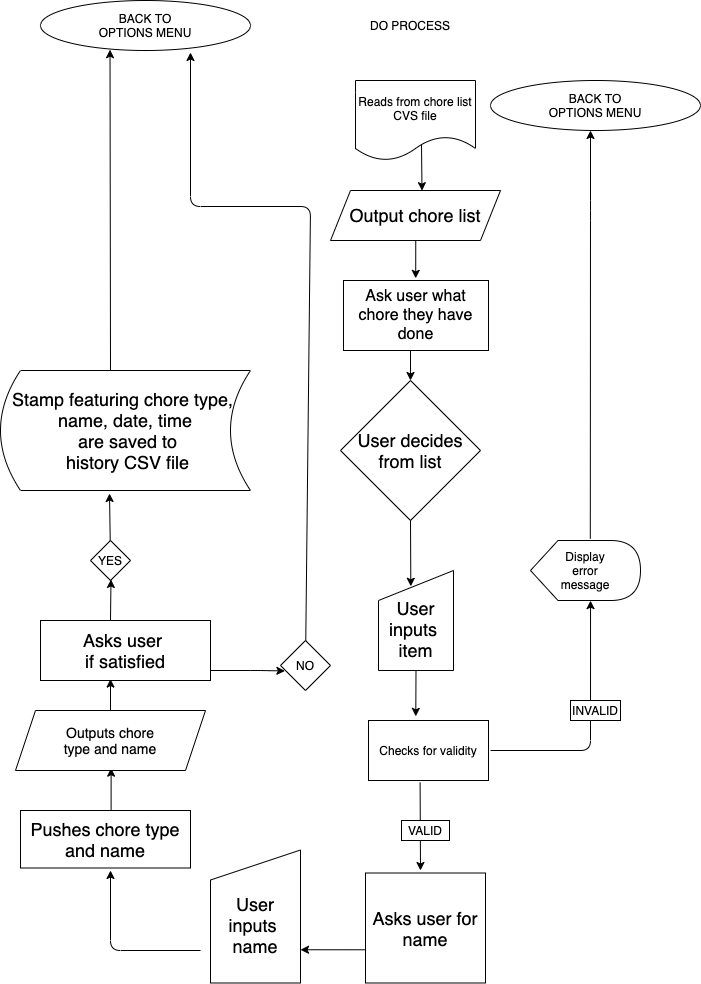
Earlier version of the draw.io export docs/do_process.png (kingjbradz/JordanBradley_T1A3). Source tidied: cells renumbered, new cells last; positions are measured from the earlier drawing's top-left corner, leaving out a move shared by most shapes. Its diagram source:
```xml
<mxGraphModel>
  <root>
    <mxCell id="0" />
    <mxCell id="1" parent="0" />
    <mxCell id="2" value="DO PROCESS" style="text;html=1;strokeColor=none;fillColor=none;align=center;verticalAlign=middle;whiteSpace=wrap;rounded=0;" parent="1" vertex="1">
      <mxGeometry x="340" y="10" width="140" height="30" as="geometry" />
    </mxCell>
    <mxCell id="3" value="BACK TO&lt;br&gt;OPTIONS MENU" style="ellipse;whiteSpace=wrap;html=1;" parent="1" vertex="1">
      <mxGeometry x="40" width="210" height="50" as="geometry" />
    </mxCell>
    <mxCell id="4" value="&lt;font style=&quot;font-size: 18px&quot;&gt;User decides&lt;br&gt;from list&lt;/font&gt;" style="rhombus;whiteSpace=wrap;html=1;fontSize=8;" parent="1" vertex="1">
      <mxGeometry x="340" y="380" width="140" height="140" as="geometry" />
    </mxCell>
    <mxCell id="5" value="&lt;font style=&quot;font-size: 18px&quot;&gt;Asks user for name&lt;/font&gt;" style="rounded=0;whiteSpace=wrap;html=1;fontSize=8;" parent="1" vertex="1">
      <mxGeometry x="365" y="872.5" width="120" height="110" as="geometry" />
    </mxCell>
    <mxCell id="6" value="&lt;br&gt;&lt;br&gt;&lt;font style=&quot;font-size: 18px&quot;&gt;User inputs&amp;nbsp;&lt;br&gt;name&lt;/font&gt;" style="shape=manualInput;whiteSpace=wrap;html=1;fontSize=8;" parent="1" vertex="1">
      <mxGeometry x="210" y="849.5" width="90" height="133" as="geometry" />
    </mxCell>
    <mxCell id="7" style="endArrow=classic;html=1;fontSize=8;exitX=0;exitY=0.698;exitDx=0;exitDy=0;exitPerimeter=0;entryX=1;entryY=0.75;entryDx=0;entryDy=0;" parent="1" edge="1" source="5" target="6">
      <mxGeometry relative="1" as="geometry" />
    </mxCell>
    <mxCell id="8" value="&lt;font style=&quot;font-size: 18px&quot;&gt;Asks user &lt;br&gt;if satisfied&lt;/font&gt;" style="rounded=0;whiteSpace=wrap;html=1;fontSize=8;" parent="1" vertex="1">
      <mxGeometry x="40" y="620" width="170" height="60" as="geometry" />
    </mxCell>
    <mxCell id="9" value="&lt;font style=&quot;font-size: 18px&quot;&gt;Stamp featuring chore type, &lt;br&gt;name, date, time&lt;br&gt;&amp;nbsp;are saved to&lt;br&gt;&amp;nbsp;history CSV file&lt;/font&gt;" style="shape=dataStorage;whiteSpace=wrap;html=1;fixedSize=1;fontSize=8;" parent="1" vertex="1">
      <mxGeometry y="370" width="250" height="120" as="geometry" />
    </mxCell>
    <mxCell id="10" value="Reads from chore list CVS file" style="shape=document;whiteSpace=wrap;html=1;boundedLbl=1;" parent="1" vertex="1">
      <mxGeometry x="355" y="80" width="120" height="80" as="geometry" />
    </mxCell>
    <mxCell id="11" style="endArrow=classic;html=1;exitX=0.415;exitY=-0.031;exitDx=0;exitDy=0;exitPerimeter=0;" parent="1" edge="1">
      <mxGeometry relative="1" as="geometry">
        <mxPoint x="589.8" y="538.1" as="sourcePoint" />
        <mxPoint x="590" y="130" as="targetPoint" />
        <Array as="points">
          <mxPoint x="590" y="210" />
        </Array>
      </mxGeometry>
    </mxCell>
    <mxCell id="12" style="endArrow=classic;html=1;exitX=0.55;exitY=0.8;exitDx=0;exitDy=0;exitPerimeter=0;entryX=0.562;entryY=0.004;entryDx=0;entryDy=0;entryPerimeter=0;" parent="1" edge="1" source="10">
      <mxGeometry relative="1" as="geometry">
        <mxPoint x="421.5" y="190.2" as="targetPoint" />
      </mxGeometry>
    </mxCell>
    <mxCell id="13" style="endArrow=classic;html=1;entryX=0.5;entryY=0;entryDx=0;entryDy=0;exitX=0.462;exitY=1.007;exitDx=0;exitDy=0;exitPerimeter=0;" parent="1" edge="1" source="17" target="4">
      <mxGeometry relative="1" as="geometry" />
    </mxCell>
    <mxCell id="14" style="endArrow=classic;html=1;entryX=0.331;entryY=0.983;entryDx=0;entryDy=0;entryPerimeter=0;" parent="1" edge="1" target="3">
      <mxGeometry relative="1" as="geometry">
        <mxPoint x="110" y="370" as="sourcePoint" />
      </mxGeometry>
    </mxCell>
    <mxCell id="15" style="endArrow=classic;html=1;entryX=0.436;entryY=1.025;entryDx=0;entryDy=0;entryPerimeter=0;" parent="1" edge="1" source="31" target="9">
      <mxGeometry relative="1" as="geometry" />
    </mxCell>
    <mxCell id="16" style="endArrow=classic;html=1;" parent="1" edge="1" source="33">
      <mxGeometry relative="1" as="geometry">
        <mxPoint x="190" y="52" as="targetPoint" />
        <Array as="points">
          <mxPoint x="310" y="206" />
          <mxPoint x="190" y="206" />
        </Array>
      </mxGeometry>
    </mxCell>
    <mxCell id="17" value="&lt;font size=&quot;3&quot;&gt;Ask user what chore they have done&lt;/font&gt;" style="rounded=0;whiteSpace=wrap;html=1;fontSize=8;" parent="1" vertex="1">
      <mxGeometry x="343" y="280" width="145" height="70" as="geometry" />
    </mxCell>
    <mxCell id="18" style="endArrow=classic;html=1;exitX=0.519;exitY=1.065;exitDx=0;exitDy=0;exitPerimeter=0;entryX=0.498;entryY=-0.031;entryDx=0;entryDy=0;entryPerimeter=0;" parent="1" edge="1" target="17">
      <mxGeometry relative="1" as="geometry">
        <mxPoint x="415.3" y="232.6" as="sourcePoint" />
      </mxGeometry>
    </mxCell>
    <mxCell id="19" value="&lt;br&gt;&lt;br&gt;&lt;font style=&quot;font-size: 18px&quot;&gt;User inputs&amp;nbsp;&lt;br&gt;item&lt;br&gt;&lt;/font&gt;" style="shape=manualInput;whiteSpace=wrap;html=1;fontSize=8;" parent="1" vertex="1">
      <mxGeometry x="378" y="570" width="75" height="100" as="geometry" />
    </mxCell>
    <mxCell id="20" value="Checks for validity" style="rounded=0;whiteSpace=wrap;html=1;" parent="1" vertex="1">
      <mxGeometry x="368" y="720" width="120" height="60" as="geometry" />
    </mxCell>
    <mxCell id="21" style="endArrow=classic;html=1;exitX=0.5;exitY=1;exitDx=0;exitDy=0;entryX=0.431;entryY=0.158;entryDx=0;entryDy=0;entryPerimeter=0;" parent="1" edge="1" source="4" target="19">
      <mxGeometry relative="1" as="geometry" />
    </mxCell>
    <mxCell id="22" style="endArrow=classic;html=1;exitX=0.5;exitY=1;exitDx=0;exitDy=0;entryX=0.394;entryY=-0.069;entryDx=0;entryDy=0;entryPerimeter=0;" parent="1" edge="1" source="19" target="20">
      <mxGeometry relative="1" as="geometry" />
    </mxCell>
    <mxCell id="23" style="endArrow=classic;html=1;entryX=0.417;entryY=1.002;entryDx=0;entryDy=0;entryPerimeter=0;" parent="1" edge="1">
      <mxGeometry relative="1" as="geometry">
        <mxPoint x="490" y="750" as="sourcePoint" />
        <mxPoint x="590" y="600.1" as="targetPoint" />
        <Array as="points">
          <mxPoint x="590" y="750" />
        </Array>
      </mxGeometry>
    </mxCell>
    <mxCell id="24" value="&lt;font style=&quot;font-size: 18px&quot;&gt;Pushes chore type&lt;br&gt;and name&lt;br&gt;&lt;/font&gt;" style="rounded=0;whiteSpace=wrap;html=1;fontSize=8;" parent="1" vertex="1">
      <mxGeometry x="20" y="810" width="170" height="57.5" as="geometry" />
    </mxCell>
    <mxCell id="25" style="endArrow=classic;html=1;" parent="1" edge="1">
      <mxGeometry relative="1" as="geometry">
        <mxPoint x="200" y="950" as="sourcePoint" />
        <mxPoint x="110" y="870" as="targetPoint" />
        <Array as="points">
          <mxPoint x="110" y="950" />
        </Array>
      </mxGeometry>
    </mxCell>
    <mxCell id="26" style="endArrow=classic;html=1;exitX=0.533;exitY=-0.016;exitDx=0;exitDy=0;exitPerimeter=0;entryX=0.533;entryY=1.003;entryDx=0;entryDy=0;entryPerimeter=0;" parent="1" edge="1" source="24">
      <mxGeometry relative="1" as="geometry">
        <mxPoint x="110.6" y="767.7" as="targetPoint" />
      </mxGeometry>
    </mxCell>
    <mxCell id="27" style="endArrow=classic;html=1;entryX=0.533;entryY=1.003;entryDx=0;entryDy=0;entryPerimeter=0;" parent="1" edge="1">
      <mxGeometry relative="1" as="geometry">
        <mxPoint x="110" y="710" as="sourcePoint" />
        <mxPoint x="110" y="678.6" as="targetPoint" />
      </mxGeometry>
    </mxCell>
    <mxCell id="28" style="endArrow=classic;html=1;exitX=0.43;exitY=1.036;exitDx=0;exitDy=0;exitPerimeter=0;" parent="1" edge="1" source="20">
      <mxGeometry relative="1" as="geometry">
        <mxPoint x="420" y="870" as="targetPoint" />
      </mxGeometry>
    </mxCell>
    <mxCell id="29" value="INVALID" style="rounded=0;whiteSpace=wrap;html=1;" parent="1" vertex="1">
      <mxGeometry x="570" y="700" width="50" height="20" as="geometry" />
    </mxCell>
    <mxCell id="30" value="VALID" style="rounded=0;whiteSpace=wrap;html=1;" parent="1" vertex="1">
      <mxGeometry x="401" y="820" width="48" height="20" as="geometry" />
    </mxCell>
    <mxCell id="31" value="YES" style="rhombus;whiteSpace=wrap;html=1;" parent="1" vertex="1">
      <mxGeometry x="90" y="540" width="40" height="40" as="geometry" />
    </mxCell>
    <mxCell id="32" style="endArrow=classic;html=1;entryX=0.512;entryY=0.974;entryDx=0;entryDy=0;entryPerimeter=0;" parent="1" edge="1" target="31">
      <mxGeometry relative="1" as="geometry">
        <mxPoint x="110" y="620" as="sourcePoint" />
      </mxGeometry>
    </mxCell>
    <mxCell id="33" value="NO" style="rhombus;whiteSpace=wrap;html=1;" parent="1" vertex="1">
      <mxGeometry x="280" y="640" width="50" height="50" as="geometry" />
    </mxCell>
    <mxCell id="34" style="endArrow=classic;html=1;entryX=0.088;entryY=0.609;entryDx=0;entryDy=0;entryPerimeter=0;" parent="1" edge="1" target="33">
      <mxGeometry relative="1" as="geometry">
        <mxPoint x="210" y="670" as="sourcePoint" />
        <Array as="points">
          <mxPoint x="260" y="670" />
        </Array>
      </mxGeometry>
    </mxCell>
    <mxCell id="35" value="&lt;span style=&quot;font-size: 18px&quot;&gt;Output chore list&lt;/span&gt;" style="shape=parallelogram;perimeter=parallelogramPerimeter;whiteSpace=wrap;html=1;fixedSize=1;" parent="1" vertex="1">
      <mxGeometry x="330" y="190" width="170" height="50" as="geometry" />
    </mxCell>
    <mxCell id="36" value="Display&lt;br&gt;error&lt;br&gt;message" style="shape=display;whiteSpace=wrap;html=1;" parent="1" vertex="1">
      <mxGeometry x="530" y="540" width="110" height="60" as="geometry" />
    </mxCell>
    <mxCell id="37" value="&lt;font style=&quot;font-size: 14px&quot;&gt;Outputs chore&lt;br&gt;type and name&lt;/font&gt;" style="shape=parallelogram;perimeter=parallelogramPerimeter;whiteSpace=wrap;html=1;fixedSize=1;" parent="1" vertex="1">
      <mxGeometry x="15" y="710" width="190" height="60" as="geometry" />
    </mxCell>
    <mxCell id="38" value="BACK TO&lt;br&gt;OPTIONS MENU" style="ellipse;whiteSpace=wrap;html=1;" parent="1" vertex="1">
      <mxGeometry x="490" y="80" width="210" height="50" as="geometry" />
    </mxCell>
  </root>
</mxGraphModel>
```
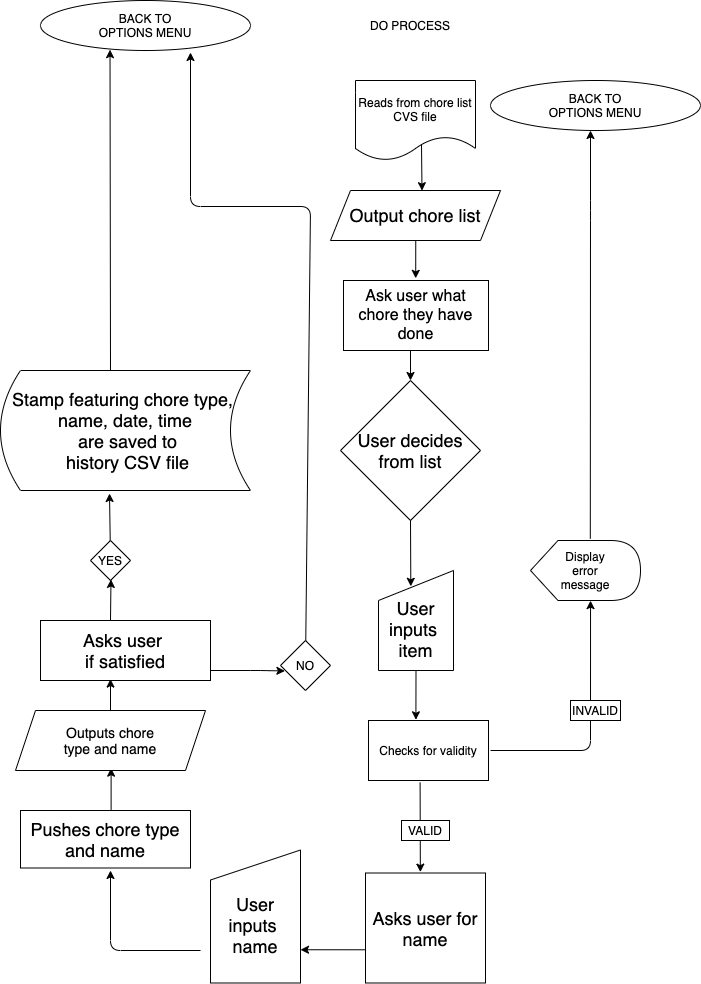
The same file after the commit.

Diff of the diagram source:
```diff
@@ -80,7 +80,7 @@
     <mxCell id="21" style="endArrow=classic;html=1;exitX=0.5;exitY=1;exitDx=0;exitDy=0;entryX=0.431;entryY=0.158;entryDx=0;entryDy=0;entryPerimeter=0;" parent="1" edge="1" source="4" target="19">
       <mxGeometry relative="1" as="geometry" />
     </mxCell>
-    <mxCell id="22" style="endArrow=classic;html=1;exitX=0.5;exitY=1;exitDx=0;exitDy=0;entryX=0.394;entryY=-0.069;entryDx=0;entryDy=0;entryPerimeter=0;" parent="1" edge="1" source="19" target="20">
+    <mxCell id="22" style="endArrow=classic;html=1;exitX=0.5;exitY=1;exitDx=0;exitDy=0;entryX=0.395;entryY=-0.012;entryDx=0;entryDy=0;entryPerimeter=0;" parent="1" edge="1" source="19" target="20">
       <mxGeometry relative="1" as="geometry" />
     </mxCell>
     <mxCell id="23" style="endArrow=classic;html=1;entryX=0.417;entryY=1.002;entryDx=0;entryDy=0;entryPerimeter=0;" parent="1" edge="1">
@@ -115,10 +115,8 @@
         <mxPoint x="110" y="678.6" as="targetPoint" />
       </mxGeometry>
     </mxCell>
-    <mxCell id="28" style="endArrow=classic;html=1;exitX=0.43;exitY=1.036;exitDx=0;exitDy=0;exitPerimeter=0;" parent="1" edge="1" source="20">
-      <mxGeometry relative="1" as="geometry">
-        <mxPoint x="420" y="870" as="targetPoint" />
-      </mxGeometry>
+    <mxCell id="28" style="endArrow=classic;html=1;exitX=0.43;exitY=1.036;exitDx=0;exitDy=0;exitPerimeter=0;entryX=0.457;entryY=-0.008;entryDx=0;entryDy=0;entryPerimeter=0;" parent="1" edge="1" source="20" target="5">
+      <mxGeometry relative="1" as="geometry" />
     </mxCell>
     <mxCell id="29" value="INVALID" style="rounded=0;whiteSpace=wrap;html=1;" parent="1" vertex="1">
       <mxGeometry x="570" y="700" width="50" height="20" as="geometry" />
```
